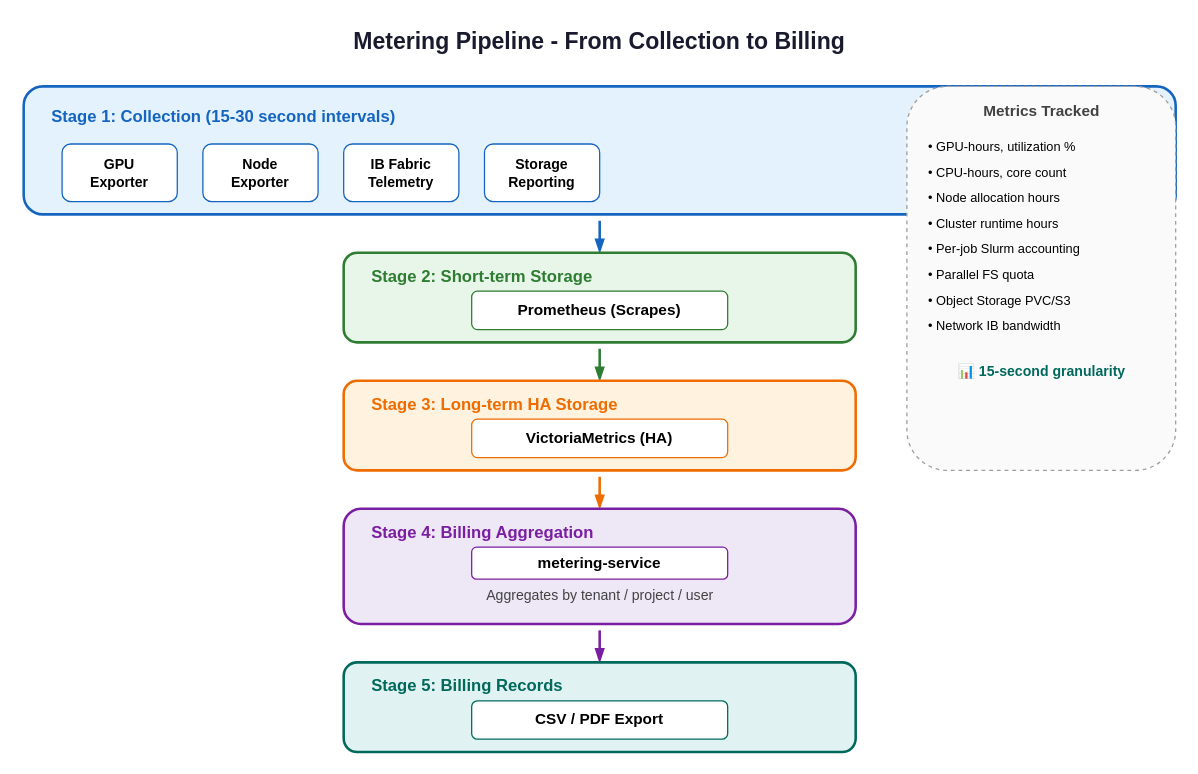
Before: docs/diagrams/metering-pipeline.drawio in aamir939/Documentation, a draw.io diagram. Source tidied: cells renumbered, new cells numbered last; positions are measured from the earlier drawing's top-left corner, leaving out a move shared by most shapes. Both pictures are drawn from the tidied source at 128%, with x=0, y=0 at pixel (23, 22).
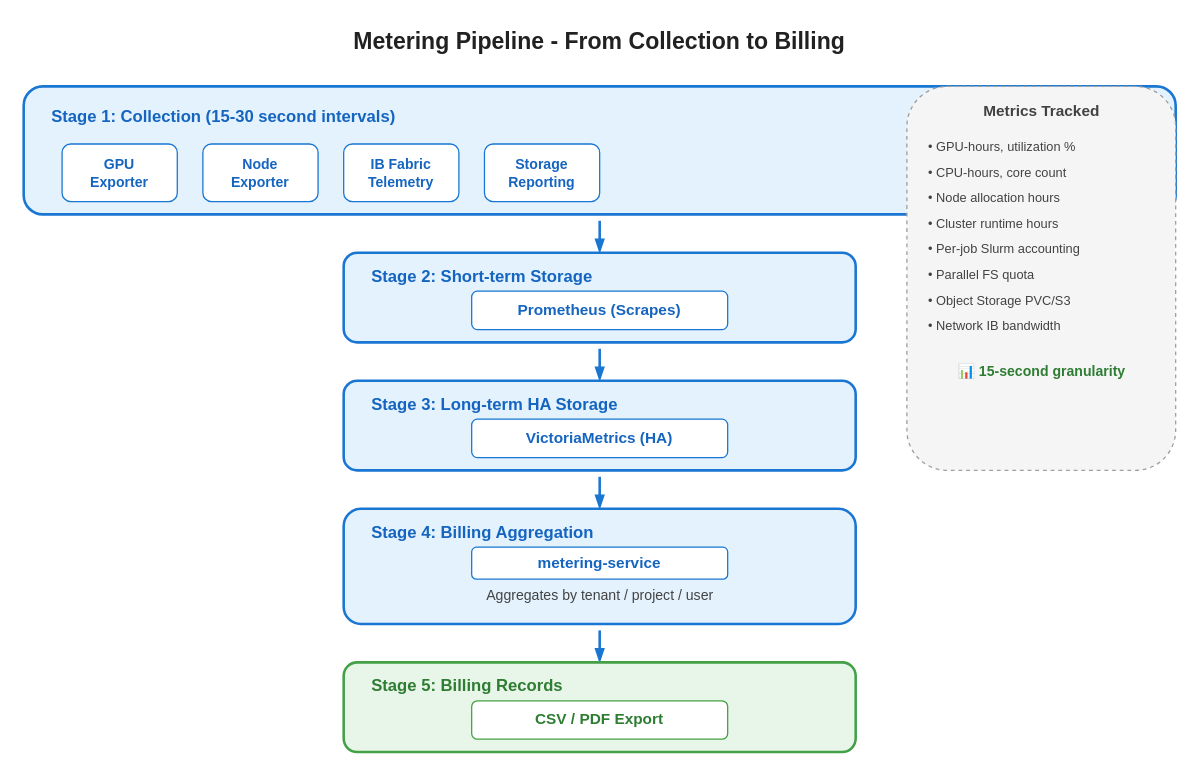
The same page after the edit.

The edit, as a diff of the source:
```diff
@@
-    <mxCell id="2" value="Metering Pipeline - From Collection to Billing" style="text;html=1;strokeColor=none;fillColor=none;align=center;verticalAlign=middle;whiteSpace=wrap;rounded=0;fontSize=18;fontStyle=1;fontColor=#1a1a2e;" parent="1" vertex="1">
+    <mxCell id="2" value="Metering Pipeline - From Collection to Billing" style="text;html=1;strokeColor=none;fillColor=none;align=center;verticalAlign=middle;whiteSpace=wrap;rounded=0;fontSize=18;fontStyle=1;fontColor=#212121;" parent="1" vertex="1">
       <mxGeometry x="250" width="400" height="30" as="geometry" />
     </mxCell>
-    <mxCell id="3" style="rounded=1;whiteSpace=wrap;html=1;fillColor=#e3f2fd;strokeColor=#1565c0;strokeWidth=2;" parent="1" vertex="1">
+    <mxCell id="3" style="rounded=1;whiteSpace=wrap;html=1;fillColor=#e3f2fd;strokeColor=#1976d2;strokeWidth=2;" parent="1" vertex="1">
       <mxGeometry y="50" width="900" height="100" as="geometry" />
     </mxCell>
@@
-    <mxCell id="5" value="GPU&#10;Exporter" style="rounded=1;whiteSpace=wrap;html=1;fillColor=#ffffff;strokeColor=#1565c0;strokeWidth=1;fontSize=11;fontStyle=1;" parent="1" vertex="1">
+    <mxCell id="5" value="GPU&#10;Exporter" style="rounded=1;whiteSpace=wrap;html=1;fillColor=#ffffff;strokeColor=#1976d2;strokeWidth=1;fontSize=11;fontStyle=1;fontColor=#1565c0;" parent="1" vertex="1">
       <mxGeometry x="30" y="95" width="90" height="45" as="geometry" />
     </mxCell>
-    <mxCell id="6" value="Node&#10;Exporter" style="rounded=1;whiteSpace=wrap;html=1;fillColor=#ffffff;strokeColor=#1565c0;strokeWidth=1;fontSize=11;fontStyle=1;" parent="1" vertex="1">
+    <mxCell id="6" value="Node&#10;Exporter" style="rounded=1;whiteSpace=wrap;html=1;fillColor=#ffffff;strokeColor=#1976d2;strokeWidth=1;fontSize=11;fontStyle=1;fontColor=#1565c0;" parent="1" vertex="1">
       <mxGeometry x="140" y="95" width="90" height="45" as="geometry" />
     </mxCell>
-    <mxCell id="7" value="IB Fabric&#10;Telemetry" style="rounded=1;whiteSpace=wrap;html=1;fillColor=#ffffff;strokeColor=#1565c0;strokeWidth=1;fontSize=11;fontStyle=1;" parent="1" vertex="1">
+    <mxCell id="7" value="IB Fabric&#10;Telemetry" style="rounded=1;whiteSpace=wrap;html=1;fillColor=#ffffff;strokeColor=#1976d2;strokeWidth=1;fontSize=11;fontStyle=1;fontColor=#1565c0;" parent="1" vertex="1">
       <mxGeometry x="250" y="95" width="90" height="45" as="geometry" />
     </mxCell>
-    <mxCell id="8" value="Storage&#10;Reporting" style="rounded=1;whiteSpace=wrap;html=1;fillColor=#ffffff;strokeColor=#1565c0;strokeWidth=1;fontSize=11;fontStyle=1;" parent="1" vertex="1">
+    <mxCell id="8" value="Storage&#10;Reporting" style="rounded=1;whiteSpace=wrap;html=1;fillColor=#ffffff;strokeColor=#1976d2;strokeWidth=1;fontSize=11;fontStyle=1;fontColor=#1565c0;" parent="1" vertex="1">
       <mxGeometry x="360" y="95" width="90" height="45" as="geometry" />
     </mxCell>
-    <mxCell id="9" style="edgeStyle=orthogonalEdgeStyle;rounded=0;orthogonalLoop=1;jettySize=auto;html=1;strokeWidth=2;strokeColor=#1565c0;endArrow=blockThin;endFill=1;" parent="1" edge="1">
+    <mxCell id="9" style="edgeStyle=orthogonalEdgeStyle;rounded=0;orthogonalLoop=1;jettySize=auto;html=1;strokeWidth=2;strokeColor=#1976d2;endArrow=blockThin;endFill=1;" parent="1" edge="1">
       <mxGeometry relative="1" as="geometry">
         <mxPoint x="450" y="155" as="sourcePoint" />
         <mxPoint x="450" y="180" as="targetPoint" />
       </mxGeometry>
     </mxCell>
-    <mxCell id="10" style="rounded=1;whiteSpace=wrap;html=1;fillColor=#e8f5e9;strokeColor=#2e7d32;strokeWidth=2;" parent="1" vertex="1">
+    <mxCell id="10" style="rounded=1;whiteSpace=wrap;html=1;fillColor=#e3f2fd;strokeColor=#1976d2;strokeWidth=2;" parent="1" vertex="1">
       <mxGeometry x="250" y="180" width="400" height="70" as="geometry" />
     </mxCell>
-    <mxCell id="11" value="Stage 2: Short-term Storage" style="text;html=1;strokeColor=none;fillColor=none;align=left;verticalAlign=middle;fontStyle=1;fontSize=13;fontColor=#2e7d32;" parent="1" vertex="1">
+    <mxCell id="11" value="Stage 2: Short-term Storage" style="text;html=1;strokeColor=none;fillColor=none;align=left;verticalAlign=middle;fontStyle=1;fontSize=13;fontColor=#1565c0;" parent="1" vertex="1">
       <mxGeometry x="270" y="185" width="250" height="25" as="geometry" />
     </mxCell>
-    <mxCell id="12" value="Prometheus (Scrapes)" style="rounded=1;whiteSpace=wrap;html=1;fillColor=#ffffff;strokeColor=#2e7d32;strokeWidth=1;fontSize=12;fontStyle=1;" parent="1" vertex="1">
+    <mxCell id="12" value="Prometheus (Scrapes)" style="rounded=1;whiteSpace=wrap;html=1;fillColor=#ffffff;strokeColor=#1976d2;strokeWidth=1;fontSize=12;fontStyle=1;fontColor=#1565c0;" parent="1" vertex="1">
       <mxGeometry x="350" y="210" width="200" height="30" as="geometry" />
     </mxCell>
-    <mxCell id="13" style="edgeStyle=orthogonalEdgeStyle;rounded=0;orthogonalLoop=1;jettySize=auto;html=1;strokeWidth=2;strokeColor=#2e7d32;endArrow=blockThin;endFill=1;" parent="1" edge="1">
+    <mxCell id="13" style="edgeStyle=orthogonalEdgeStyle;rounded=0;orthogonalLoop=1;jettySize=auto;html=1;strokeWidth=2;strokeColor=#1976d2;endArrow=blockThin;endFill=1;" parent="1" edge="1">
       <mxGeometry relative="1" as="geometry">
         <mxPoint x="450" y="255" as="sourcePoint" />
         <mxPoint x="450" y="280" as="targetPoint" />
       </mxGeometry>
     </mxCell>
-    <mxCell id="14" style="rounded=1;whiteSpace=wrap;html=1;fillColor=#fff3e0;strokeColor=#ef6c00;strokeWidth=2;" parent="1" vertex="1">
+    <mxCell id="14" style="rounded=1;whiteSpace=wrap;html=1;fillColor=#e3f2fd;strokeColor=#1976d2;strokeWidth=2;" parent="1" vertex="1">
       <mxGeometry x="250" y="280" width="400" height="70" as="geometry" />
     </mxCell>
-    <mxCell id="15" value="Stage 3: Long-term HA Storage" style="text;html=1;strokeColor=none;fillColor=none;align=left;verticalAlign=middle;fontStyle=1;fontSize=13;fontColor=#ef6c00;" parent="1" vertex="1">
+    <mxCell id="15" value="Stage 3: Long-term HA Storage" style="text;html=1;strokeColor=none;fillColor=none;align=left;verticalAlign=middle;fontStyle=1;fontSize=13;fontColor=#1565c0;" parent="1" vertex="1">
       <mxGeometry x="270" y="285" width="250" height="25" as="geometry" />
     </mxCell>
-    <mxCell id="16" value="VictoriaMetrics (HA)" style="rounded=1;whiteSpace=wrap;html=1;fillColor=#ffffff;strokeColor=#ef6c00;strokeWidth=1;fontSize=12;fontStyle=1;" parent="1" vertex="1">
+    <mxCell id="16" value="VictoriaMetrics (HA)" style="rounded=1;whiteSpace=wrap;html=1;fillColor=#ffffff;strokeColor=#1976d2;strokeWidth=1;fontSize=12;fontStyle=1;fontColor=#1565c0;" parent="1" vertex="1">
       <mxGeometry x="350" y="310" width="200" height="30" as="geometry" />
     </mxCell>
-    <mxCell id="17" style="edgeStyle=orthogonalEdgeStyle;rounded=0;orthogonalLoop=1;jettySize=auto;html=1;strokeWidth=2;strokeColor=#ef6c00;endArrow=blockThin;endFill=1;" parent="1" edge="1">
+    <mxCell id="17" style="edgeStyle=orthogonalEdgeStyle;rounded=0;orthogonalLoop=1;jettySize=auto;html=1;strokeWidth=2;strokeColor=#1976d2;endArrow=blockThin;endFill=1;" parent="1" edge="1">
       <mxGeometry relative="1" as="geometry">
         <mxPoint x="450" y="355" as="sourcePoint" />
         <mxPoint x="450" y="380" as="targetPoint" />
       </mxGeometry>
     </mxCell>
-    <mxCell id="18" style="rounded=1;whiteSpace=wrap;html=1;fillColor=#ede7f6;strokeColor=#7b1fa2;strokeWidth=2;" parent="1" vertex="1">
+    <mxCell id="18" style="rounded=1;whiteSpace=wrap;html=1;fillColor=#e3f2fd;strokeColor=#1976d2;strokeWidth=2;" parent="1" vertex="1">
       <mxGeometry x="250" y="380" width="400" height="90" as="geometry" />
     </mxCell>
-    <mxCell id="19" value="Stage 4: Billing Aggregation" style="text;html=1;strokeColor=none;fillColor=none;align=left;verticalAlign=middle;fontStyle=1;fontSize=13;fontColor=#7b1fa2;" parent="1" vertex="1">
+    <mxCell id="19" value="Stage 4: Billing Aggregation" style="text;html=1;strokeColor=none;fillColor=none;align=left;verticalAlign=middle;fontStyle=1;fontSize=13;fontColor=#1565c0;" parent="1" vertex="1">
       <mxGeometry x="270" y="385" width="250" height="25" as="geometry" />
     </mxCell>
-    <mxCell id="20" value="metering-service" style="rounded=1;whiteSpace=wrap;html=1;fillColor=#ffffff;strokeColor=#7b1fa2;strokeWidth=1;fontSize=12;fontStyle=1;" parent="1" vertex="1">
+    <mxCell id="20" value="metering-service" style="rounded=1;whiteSpace=wrap;html=1;fillColor=#ffffff;strokeColor=#1976d2;strokeWidth=1;fontSize=12;fontStyle=1;fontColor=#1565c0;" parent="1" vertex="1">
       <mxGeometry x="350" y="410" width="200" height="25" as="geometry" />
     </mxCell>
@@
-    <mxCell id="22" style="edgeStyle=orthogonalEdgeStyle;rounded=0;orthogonalLoop=1;jettySize=auto;html=1;strokeWidth=2;strokeColor=#7b1fa2;endArrow=blockThin;endFill=1;" parent="1" edge="1">
+    <mxCell id="22" style="edgeStyle=orthogonalEdgeStyle;rounded=0;orthogonalLoop=1;jettySize=auto;html=1;strokeWidth=2;strokeColor=#1976d2;endArrow=blockThin;endFill=1;" parent="1" edge="1">
       <mxGeometry relative="1" as="geometry">
         <mxPoint x="450" y="475" as="sourcePoint" />
         <mxPoint x="450" y="500" as="targetPoint" />
       </mxGeometry>
     </mxCell>
-    <mxCell id="23" style="rounded=1;whiteSpace=wrap;html=1;fillColor=#e0f2f1;strokeColor=#00695c;strokeWidth=2;" parent="1" vertex="1">
+    <mxCell id="23" style="rounded=1;whiteSpace=wrap;html=1;fillColor=#e8f5e9;strokeColor=#43a047;strokeWidth=2;" parent="1" vertex="1">
       <mxGeometry x="250" y="500" width="400" height="70" as="geometry" />
     </mxCell>
-    <mxCell id="24" value="Stage 5: Billing Records" style="text;html=1;strokeColor=none;fillColor=none;align=left;verticalAlign=middle;fontStyle=1;fontSize=13;fontColor=#00695c;" parent="1" vertex="1">
+    <mxCell id="24" value="Stage 5: Billing Records" style="text;html=1;strokeColor=none;fillColor=none;align=left;verticalAlign=middle;fontStyle=1;fontSize=13;fontColor=#2e7d32;" parent="1" vertex="1">
       <mxGeometry x="270" y="505" width="250" height="25" as="geometry" />
     </mxCell>
-    <mxCell id="25" value="CSV / PDF Export" style="rounded=1;whiteSpace=wrap;html=1;fillColor=#ffffff;strokeColor=#00695c;strokeWidth=1;fontSize=12;fontStyle=1;" parent="1" vertex="1">
+    <mxCell id="25" value="CSV / PDF Export" style="rounded=1;whiteSpace=wrap;html=1;fillColor=#ffffff;strokeColor=#43a047;strokeWidth=1;fontSize=12;fontStyle=1;fontColor=#2e7d32;" parent="1" vertex="1">
       <mxGeometry x="350" y="530" width="200" height="30" as="geometry" />
     </mxCell>
-    <mxCell id="26" style="rounded=1;whiteSpace=wrap;html=1;fillColor=#fafafa;strokeColor=#9e9e9e;strokeWidth=1;dashed=1;" parent="1" vertex="1">
+    <mxCell id="26" style="rounded=1;whiteSpace=wrap;html=1;fillColor=#f5f5f5;strokeColor=#9e9e9e;strokeWidth=1;dashed=1;" parent="1" vertex="1">
       <mxGeometry x="690" y="50" width="210" height="300" as="geometry" />
     </mxCell>
@@
-    <mxCell id="28" value="• GPU-hours, utilization %" style="text;html=1;strokeColor=none;fillColor=none;align=left;fontSize=10;" parent="1" vertex="1">
+    <mxCell id="28" value="• GPU-hours, utilization %" style="text;html=1;strokeColor=none;fillColor=none;align=left;fontSize=10;fontColor=#424242;" parent="1" vertex="1">
       <mxGeometry x="705" y="85" width="180" height="18" as="geometry" />
     </mxCell>
-    <mxCell id="29" value="• CPU-hours, core count" style="text;html=1;strokeColor=none;fillColor=none;align=left;fontSize=10;" parent="1" vertex="1">
+    <mxCell id="29" value="• CPU-hours, core count" style="text;html=1;strokeColor=none;fillColor=none;align=left;fontSize=10;fontColor=#424242;" parent="1" vertex="1">
       <mxGeometry x="705" y="105" width="180" height="18" as="geometry" />
     </mxCell>
-    <mxCell id="30" value="• Node allocation hours" style="text;html=1;strokeColor=none;fillColor=none;align=left;fontSize=10;" parent="1" vertex="1">
+    <mxCell id="30" value="• Node allocation hours" style="text;html=1;strokeColor=none;fillColor=none;align=left;fontSize=10;fontColor=#424242;" parent="1" vertex="1">
       <mxGeometry x="705" y="125" width="180" height="18" as="geometry" />
     </mxCell>
-    <mxCell id="31" value="• Cluster runtime hours" style="text;html=1;strokeColor=none;fillColor=none;align=left;fontSize=10;" parent="1" vertex="1">
+    <mxCell id="31" value="• Cluster runtime hours" style="text;html=1;strokeColor=none;fillColor=none;align=left;fontSize=10;fontColor=#424242;" parent="1" vertex="1">
       <mxGeometry x="705" y="145" width="180" height="18" as="geometry" />
     </mxCell>
-    <mxCell id="32" value="• Per-job Slurm accounting" style="text;html=1;strokeColor=none;fillColor=none;align=left;fontSize=10;" parent="1" vertex="1">
+    <mxCell id="32" value="• Per-job Slurm accounting" style="text;html=1;strokeColor=none;fillColor=none;align=left;fontSize=10;fontColor=#424242;" parent="1" vertex="1">
       <mxGeometry x="705" y="165" width="180" height="18" as="geometry" />
     </mxCell>
-    <mxCell id="33" value="• Parallel FS quota" style="text;html=1;strokeColor=none;fillColor=none;align=left;fontSize=10;" parent="1" vertex="1">
+    <mxCell id="33" value="• Parallel FS quota" style="text;html=1;strokeColor=none;fillColor=none;align=left;fontSize=10;fontColor=#424242;" parent="1" vertex="1">
       <mxGeometry x="705" y="185" width="180" height="18" as="geometry" />
     </mxCell>
-    <mxCell id="34" value="• Object Storage PVC/S3" style="text;html=1;strokeColor=none;fillColor=none;align=left;fontSize=10;" parent="1" vertex="1">
+    <mxCell id="34" value="• Object Storage PVC/S3" style="text;html=1;strokeColor=none;fillColor=none;align=left;fontSize=10;fontColor=#424242;" parent="1" vertex="1">
       <mxGeometry x="705" y="205" width="180" height="18" as="geometry" />
     </mxCell>
-    <mxCell id="35" value="• Network IB bandwidth" style="text;html=1;strokeColor=none;fillColor=none;align=left;fontSize=10;" parent="1" vertex="1">
+    <mxCell id="35" value="• Network IB bandwidth" style="text;html=1;strokeColor=none;fillColor=none;align=left;fontSize=10;fontColor=#424242;" parent="1" vertex="1">
       <mxGeometry x="705" y="225" width="180" height="18" as="geometry" />
     </mxCell>
-    <mxCell id="36" value="📊 15-second granularity" style="text;html=1;strokeColor=none;fillColor=none;align=center;verticalAlign=middle;fontSize=11;fontStyle=1;fontColor=#00695c;" parent="1" vertex="1">
+    <mxCell id="36" value="📊 15-second granularity" style="text;html=1;strokeColor=none;fillColor=none;align=center;verticalAlign=middle;fontSize=11;fontStyle=1;fontColor=#2e7d32;" parent="1" vertex="1">
       <mxGeometry x="705" y="260" width="180" height="25" as="geometry" />
     </mxCell>
```
